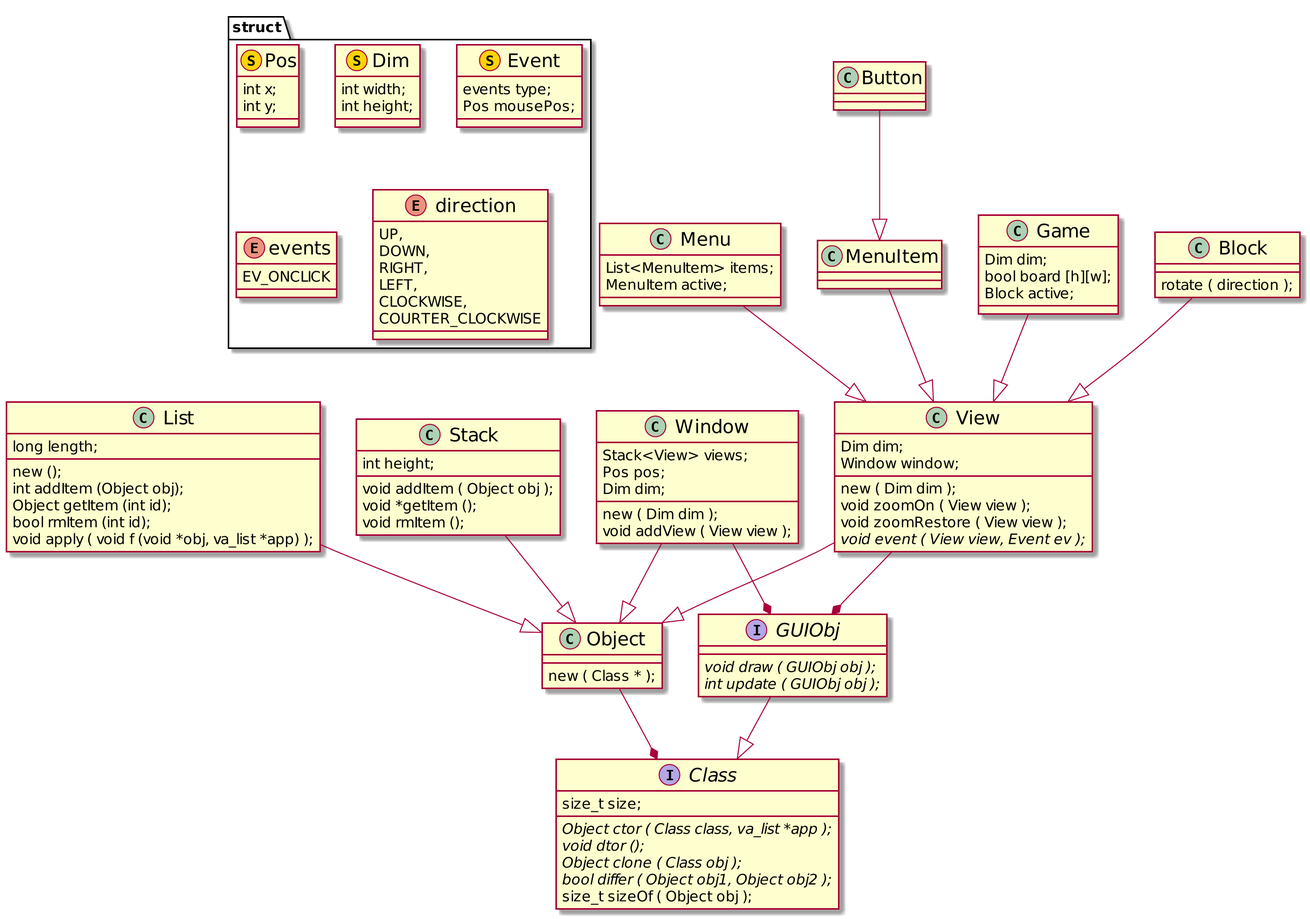
binary-b/c-tetris keeps this PlantUML diagram as docs/classes.png. Above is the earlier version.
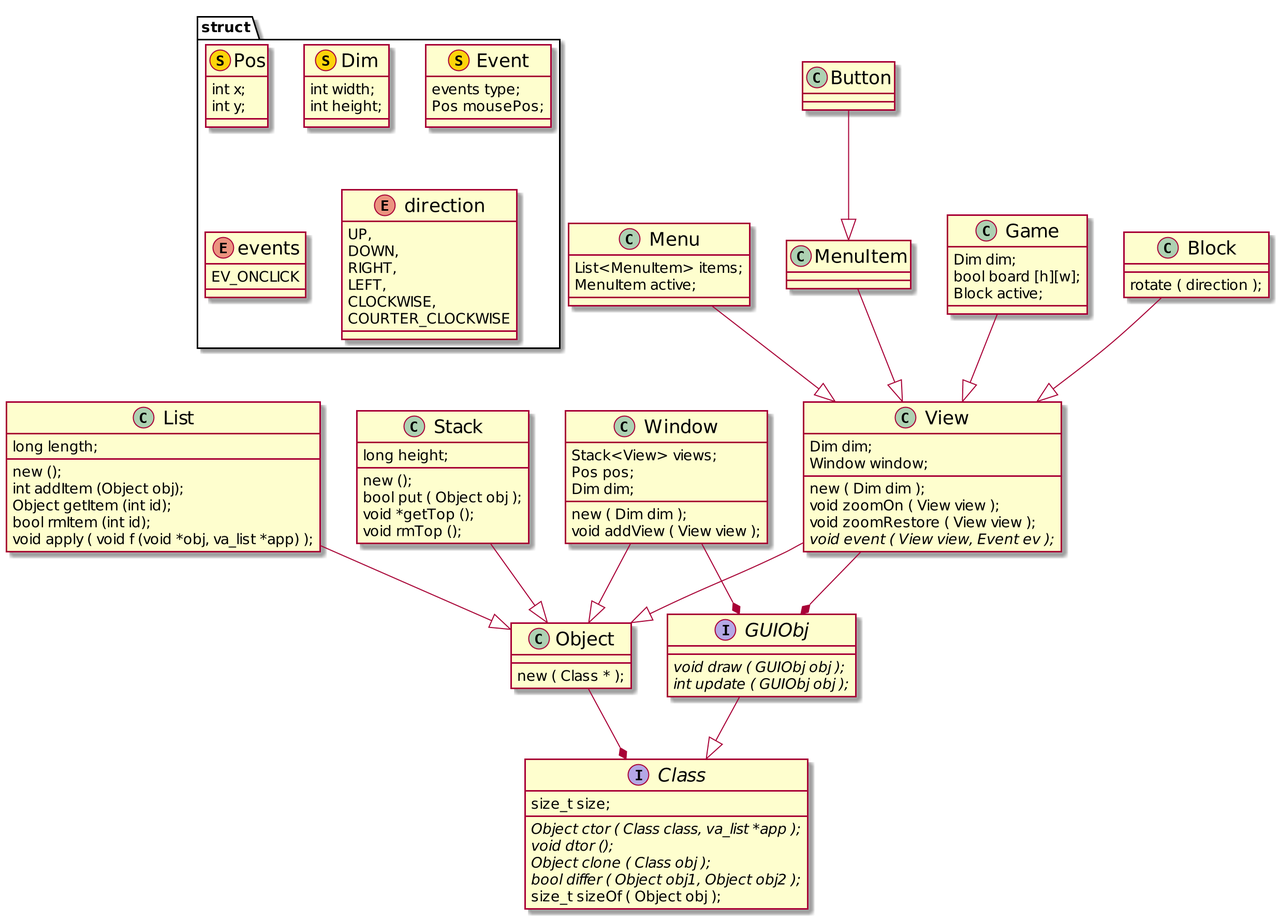
Later version of the same file.

Change to the diagram source:
```diff
@@ -51,10 +51,11 @@
 	void apply ( void f (void *obj, va_list *app) );
 }
 class Stack {
-	int height;
-	void addItem ( Object obj );
-	void *getItem ();
-	void rmItem ();
+	long height;
+	new ();
+	bool put ( Object obj );
+	void *getTop ();
+	void rmTop ();
 }
 
 interface GUIObj {
```
